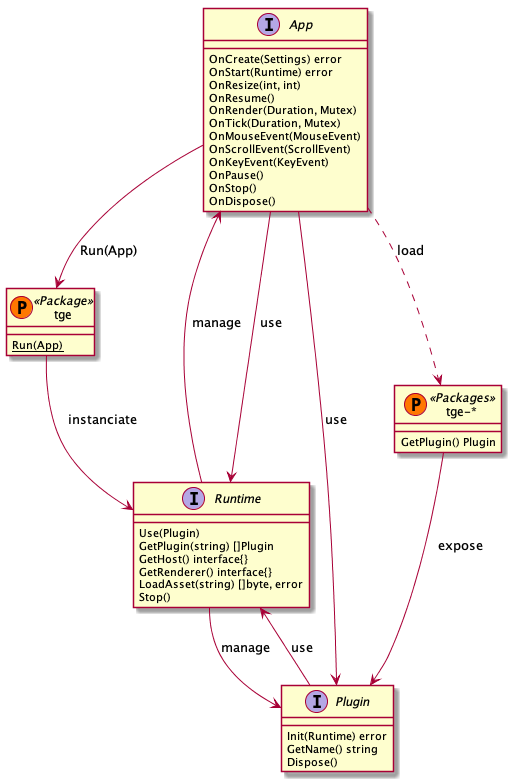
This is specs/api.png from Thommil/tge, a PlantUML export, as it was before one commit. Its diagram source:
```plantuml
@startuml API
interface App {
    OnCreate(Settings) error
    OnStart(Runtime) error
    OnResize(int, int)
    OnResume()
    OnRender(Duration, Mutex)
    OnTick(Duration, Mutex)
    OnMouseEvent(MouseEvent)
    OnScrollEvent(ScrollEvent)
    OnKeyEvent(KeyEvent)
    OnPause()
    OnStop()
    OnDispose()
}

class tge << (P,#FF7700) Package >> {
    {static} Run(App)
}

interface Runtime {
    Use(Plugin)
    GetPlugin(string) []Plugin
    GetHost() interface{}
    GetRenderer() interface{}
    LoadAsset(string) []byte, error
    Stop()
}

interface Plugin{
    Init(Runtime) error
    GetName() string
    Dispose()
}

class "tge-*" << (P,#FF7700) Packages >> {
    GetPlugin() Plugin
}

App --> tge : Run(App)
tge --> Runtime : instanciate
App <-- Runtime : manage
App --> Runtime : use
App --> Plugin : use
Runtime --> Plugin : manage
Plugin --> Runtime  : use
"tge-*" --> Plugin : expose
App ..> "tge-*" : load

@enduml
```
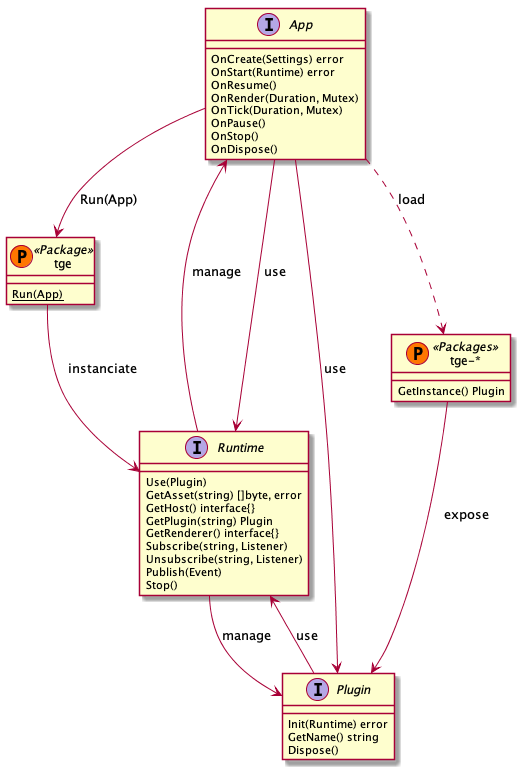
The same file after the commit.

The edit, as a diff of the source:
```diff
@@ -2,13 +2,9 @@
 interface App {
     OnCreate(Settings) error
     OnStart(Runtime) error
-    OnResize(int, int)
     OnResume()
     OnRender(Duration, Mutex)
     OnTick(Duration, Mutex)
-    OnMouseEvent(MouseEvent)
-    OnScrollEvent(ScrollEvent)
-    OnKeyEvent(KeyEvent)
     OnPause()
     OnStop()
     OnDispose()
@@ -20,10 +16,13 @@
 
 interface Runtime {
     Use(Plugin)
-    GetPlugin(string) []Plugin
+    GetAsset(string) []byte, error
     GetHost() interface{}
+    GetPlugin(string) Plugin
     GetRenderer() interface{}
-    LoadAsset(string) []byte, error
+    Subscribe(string, Listener)
+	Unsubscribe(string, Listener)
+    Publish(Event)
     Stop()
 }
 
@@ -34,7 +33,7 @@
 }
 
 class "tge-*" << (P,#FF7700) Packages >> {
-    GetPlugin() Plugin
+    GetInstance() Plugin
 }
 
 App --> tge : Run(App)
@@ -42,6 +41,7 @@
 App <-- Runtime : manage
 App --> Runtime : use
 App --> Plugin : use
+
 Runtime --> Plugin : manage
 Plugin --> Runtime  : use
 "tge-*" --> Plugin : expose
```
